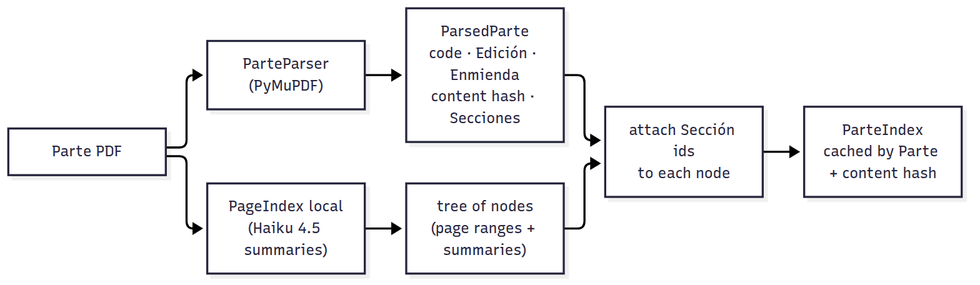
Earlier version of the Mermaid export docs/diagrams/indexing.png (Guernik/raac-rag). Its source is kept beside it as docs/diagrams/indexing.mmd. Its diagram source:
```mermaid
flowchart LR
    pdf["Parte PDF"] --> parse["ParteParser<br/>(PyMuPDF)"]
    parse --> pp["ParsedParte<br/>code · Edición · Enmienda<br/>content hash · Secciones"]
    pdf --> pi["PageIndex local<br/>(Haiku 4.5 summaries)"]
    pi --> tree["tree of nodes<br/>(page ranges + summaries)"]
    pp --> attach["attach Sección ids<br/>to each node"]
    tree --> attach
    attach --> idx["ParteIndex<br/>cached by Parte + content hash"]
```
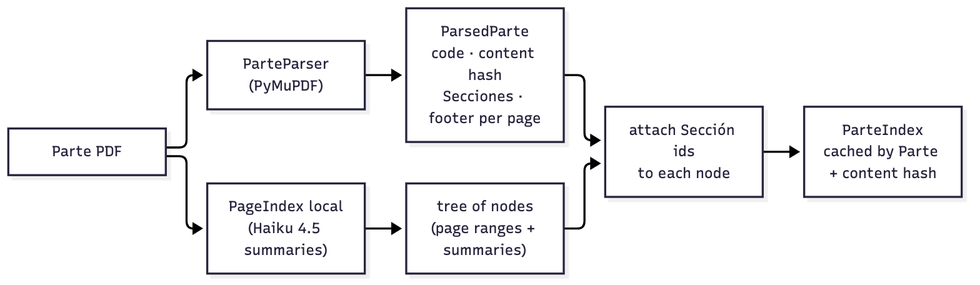
Above is the later version.

The edit, as a diff of the source:
```diff
@@ -1,6 +1,6 @@
 flowchart LR
     pdf["Parte PDF"] --> parse["ParteParser<br/>(PyMuPDF)"]
-    parse --> pp["ParsedParte<br/>code · Edición · Enmienda<br/>content hash · Secciones"]
+    parse --> pp["ParsedParte<br/>code · content hash<br/>Secciones · footer per page"]
     pdf --> pi["PageIndex local<br/>(Haiku 4.5 summaries)"]
     pi --> tree["tree of nodes<br/>(page ranges + summaries)"]
     pp --> attach["attach Sección ids<br/>to each node"]
```
